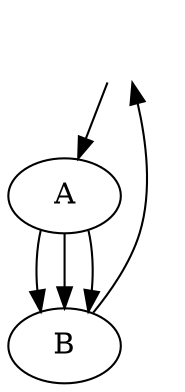
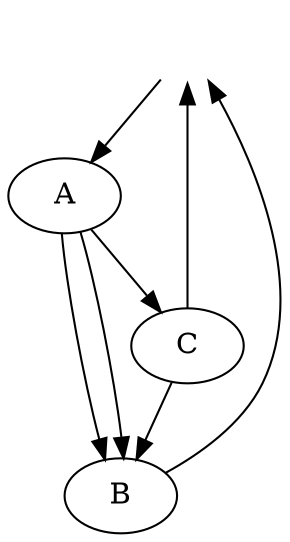
digraph sunrise{
    node [num = "1" ]
    edge [num = "1" particle=scalar_1]
    e        [style=invis]
-     // params = "uv_local(S_47⊛0);uv_local(S_47⊛y*Top(S_y⊛0));uv_local(S_47⊛3s*Top(S_3s⊛0));uv_local(S_47⊛3I*Top(S_3I⊛0));uv_local(S_47⊛44*Top(S_44⊛0));uv_local(S_47⊛44*Top(S_44⊛y*Top(S_y⊛0)));uv_local(S_47⊛44*Top(S_44⊛3s*Top(S_3s⊛0)));uv_local(S_47⊛44*Top(S_44⊛3I*Top(S_3I⊛0)))"

+     e -> A:0   [ id=3]
+     B:1 -> e   [ id=4]

- 
- 
-     e -> A:1   [ id=3]
-     B:0 -> e   [ id=4]
-     A -> B    [ id=0 lmb_id=0 num="Q(0,spenso::mink(4,edge(2,1)))" ]
-     A -> B    [ id=1 lmb_id=1 num="Q(1,spenso::mink(4,edge(2,1)))"]
-     A -> B    [ id=2 ]
+     A -> C    [ id=0 lmb_id=0]
+     C -> e    [ id=5]
+     C -> B    [ id=6]
+     A -> B    [ id=1 lmb_id=1]
+     A -> B    [ id=2]
}
